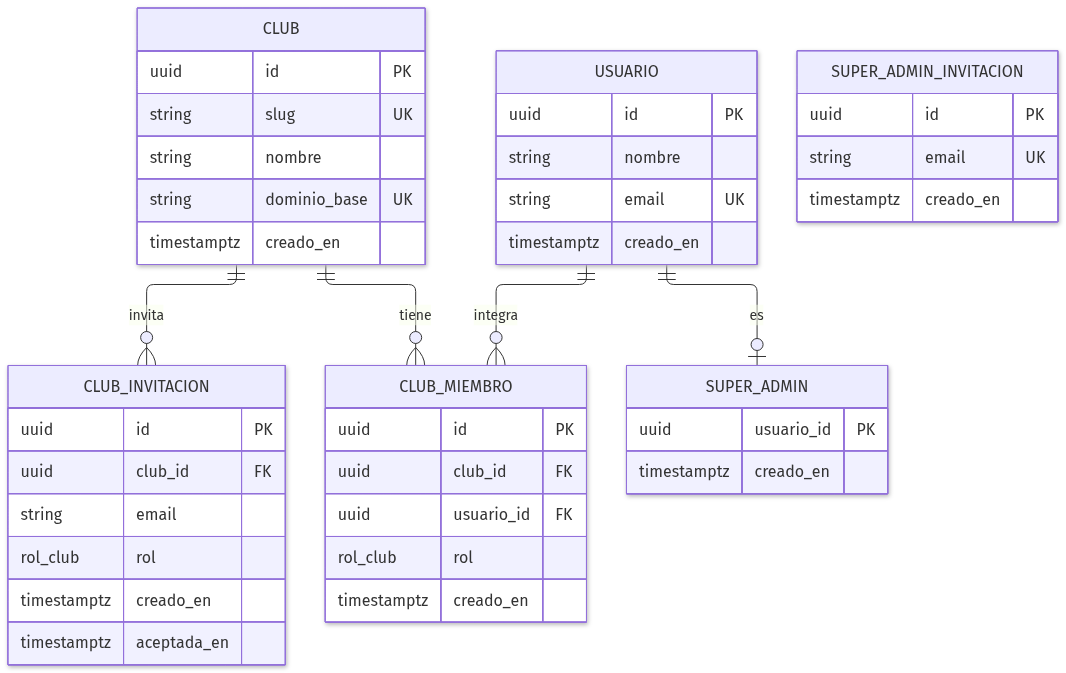
Above: docs/der-el-club.png in jvallelunga/el-club-app (Mermaid), before the change. Its source is kept beside it as docs/der-el-club.mmd.
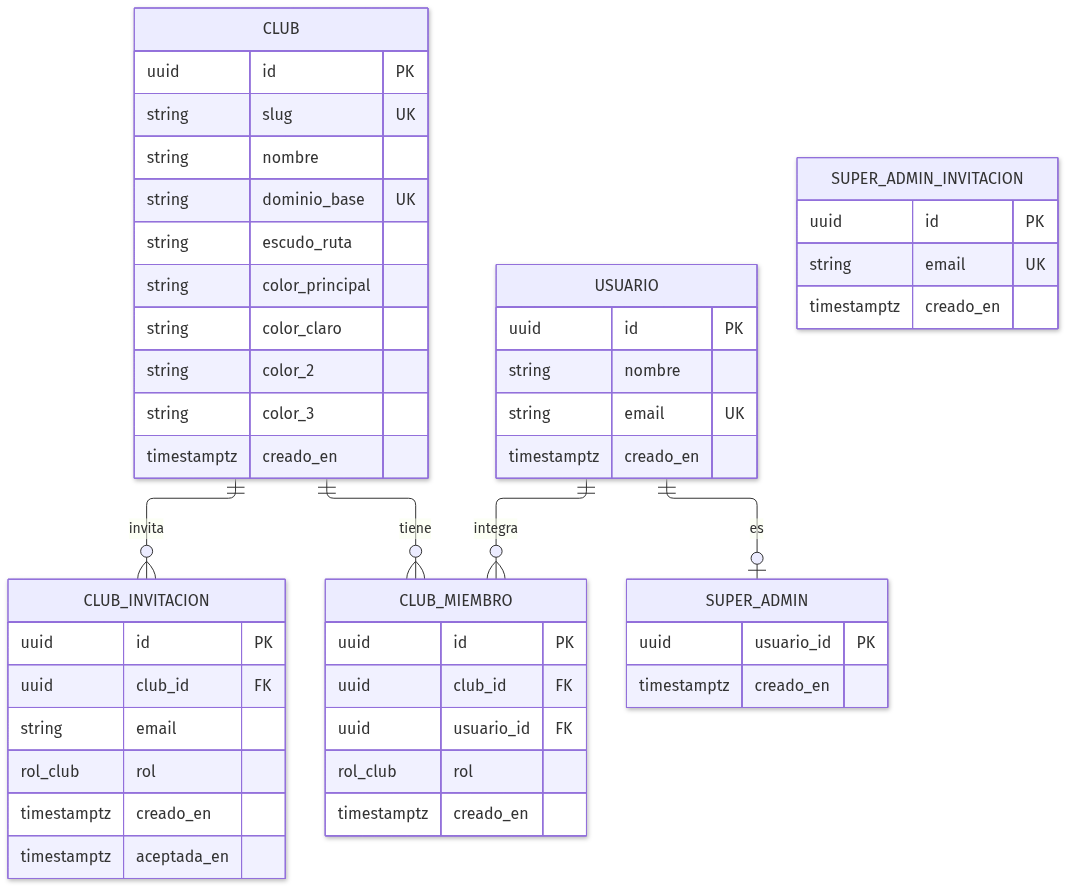
After the commit.

Change to the diagram source:
```diff
@@ -4,6 +4,11 @@
         string slug UK
         string nombre
         string dominio_base UK
+        string escudo_ruta
+        string color_principal
+        string color_claro
+        string color_2
+        string color_3
         timestamptz creado_en
     }
     USUARIO {
```
